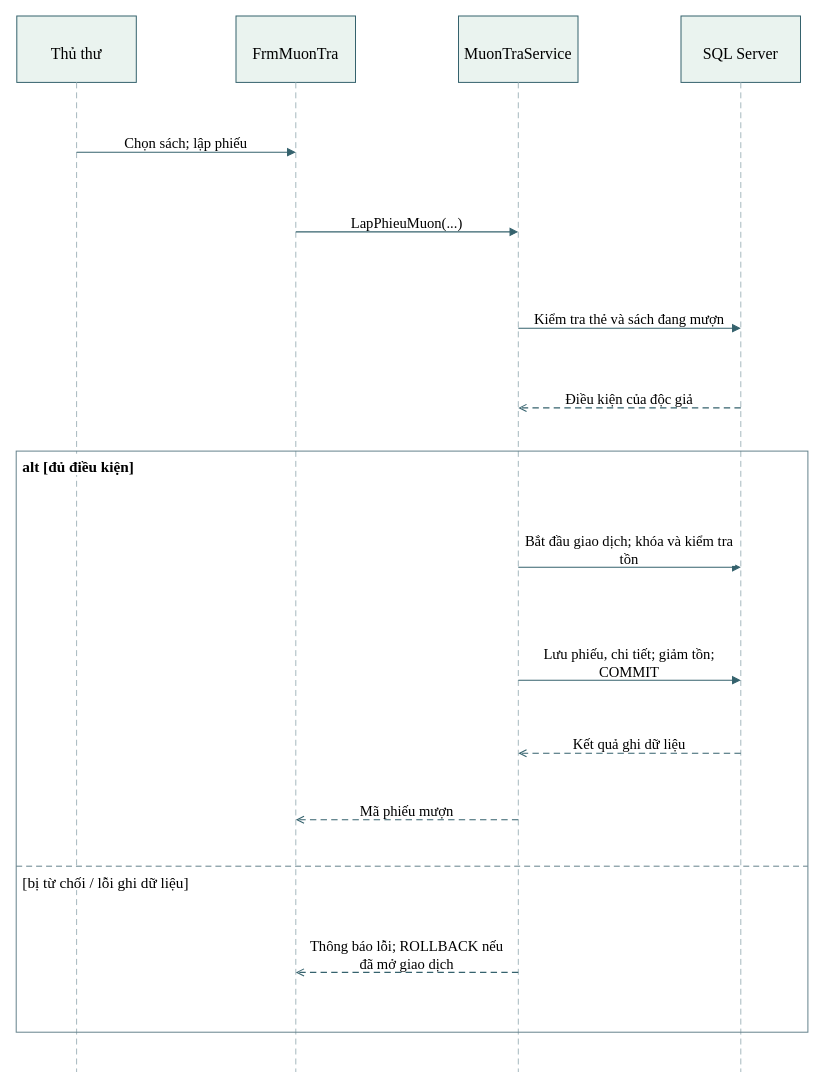
kanishere55/LAB_AT_OOSD keeps this draw.io diagram as LAB2/UML/10_SequenceLapPhieuMuon.drawio. Above is the earlier version. Source tidied: cells renumbered, new cells numbered last; positions are measured from the earlier drawing's top-left corner, leaving out a move shared by most shapes. Both pictures are drawn from the tidied source at 100%, with x=0, y=0 at pixel (16, 16).
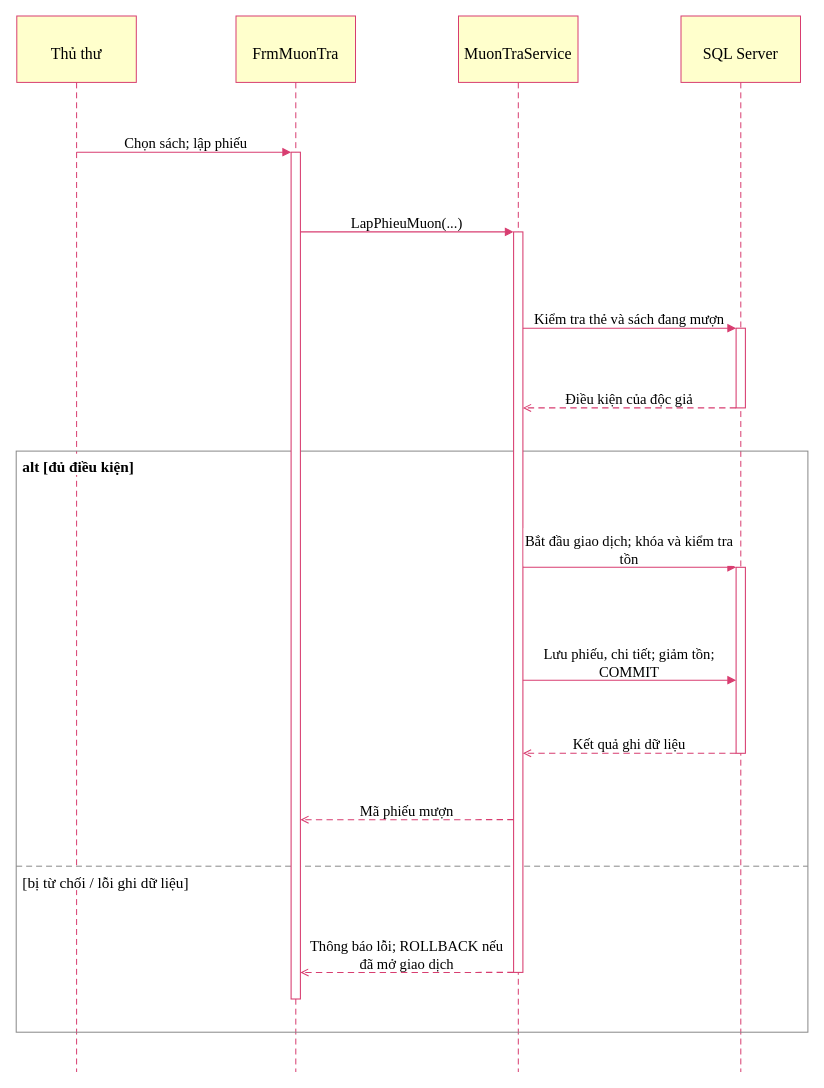
After the change.

Unchanged cells that the change refers to:
```xml
<mxCell id="2" style="group;html=0;" parent="1" vertex="1">
  <mxGeometry x="0.3" y="-0.5" width="119.5" height="66.4" as="geometry" />
</mxCell>
<mxCell id="6" style="group;html=0;" parent="1" vertex="1">
  <mxGeometry x="219.5" y="-0.5" width="119.5" height="66.4" as="geometry" />
</mxCell>
<mxCell id="10" style="group;html=0;" parent="1" vertex="1">
  <mxGeometry x="442" y="-0.5" width="119.5" height="66.4" as="geometry" />
</mxCell>
<mxCell id="14" style="group;html=0;" parent="1" vertex="1">
  <mxGeometry x="664.5" y="-0.5" width="119.5" height="66.4" as="geometry" />
</mxCell>
```

What changed in the source:
```diff
@@
-    <mxCell id="3" style="rounded=0;arcSize=12;html=0;fillColor=#eaf3ef;strokeColor=#35626d;strokeWidth=0.996;" parent="2" vertex="1">
+    <mxCell id="3" style="rounded=0;arcSize=12;html=0;fillColor=#ffffcc;strokeColor=#d83d70;strokeWidth=0.996;" parent="2" vertex="1">
       <mxGeometry width="119.5" height="66.4" as="geometry" />
     </mxCell>
@@
-    <mxCell id="5" style="edgeStyle=none;noEdgeStyle=1;rounded=0;strokeColor=#a6b8be;strokeWidth=0.996;endArrow=none;startArrow=none;dashed=1;dashPattern=6 4;" parent="1" edge="1">
+    <mxCell id="5" style="edgeStyle=none;noEdgeStyle=1;rounded=0;strokeColor=#d83d70;strokeWidth=0.996;endArrow=none;startArrow=none;dashed=1;dashPattern=6 4;" parent="1" edge="1">
       <mxGeometry relative="1" as="geometry">
         <mxPoint x="60.1" y="65.9" as="sourcePoint" />
         <mxPoint x="60.1" y="1055.5" as="targetPoint" />
       </mxGeometry>
     </mxCell>
@@
-    <mxCell id="7" style="rounded=0;arcSize=12;html=0;fillColor=#eaf3ef;strokeColor=#35626d;strokeWidth=0.996;" parent="6" vertex="1">
+    <mxCell id="7" style="rounded=0;arcSize=12;html=0;fillColor=#ffffcc;strokeColor=#d83d70;strokeWidth=0.996;" parent="6" vertex="1">
       <mxGeometry width="119.5" height="66.4" as="geometry" />
     </mxCell>
@@
-    <mxCell id="9" style="edgeStyle=none;noEdgeStyle=1;rounded=0;strokeColor=#a6b8be;strokeWidth=0.996;endArrow=none;startArrow=none;dashed=1;dashPattern=6 4;" parent="1" edge="1">
+    <mxCell id="9" style="edgeStyle=none;noEdgeStyle=1;rounded=0;strokeColor=#d83d70;strokeWidth=0.996;endArrow=none;startArrow=none;dashed=1;dashPattern=6 4;" parent="1" edge="1">
       <mxGeometry relative="1" as="geometry">
         <mxPoint x="279.3" y="65.9" as="sourcePoint" />
         <mxPoint x="279.3" y="1055.5" as="targetPoint" />
       </mxGeometry>
     </mxCell>
@@
-    <mxCell id="11" style="rounded=0;arcSize=12;html=0;fillColor=#eaf3ef;strokeColor=#35626d;strokeWidth=0.996;" parent="10" vertex="1">
+    <mxCell id="11" style="rounded=0;arcSize=12;html=0;fillColor=#ffffcc;strokeColor=#d83d70;strokeWidth=0.996;" parent="10" vertex="1">
       <mxGeometry width="119.5" height="66.4" as="geometry" />
     </mxCell>
@@
-    <mxCell id="13" style="edgeStyle=none;noEdgeStyle=1;rounded=0;strokeColor=#a6b8be;strokeWidth=0.996;endArrow=none;startArrow=none;dashed=1;dashPattern=6 4;" parent="1" edge="1">
+    <mxCell id="13" style="edgeStyle=none;noEdgeStyle=1;rounded=0;strokeColor=#d83d70;strokeWidth=0.996;endArrow=none;startArrow=none;dashed=1;dashPattern=6 4;" parent="1" edge="1">
       <mxGeometry relative="1" as="geometry">
         <mxPoint x="501.8" y="65.9" as="sourcePoint" />
         <mxPoint x="501.8" y="1055.5" as="targetPoint" />
       </mxGeometry>
     </mxCell>
@@
-    <mxCell id="15" style="rounded=0;arcSize=12;html=0;fillColor=#eaf3ef;strokeColor=#35626d;strokeWidth=0.996;" parent="14" vertex="1">
+    <mxCell id="15" style="rounded=0;arcSize=12;html=0;fillColor=#ffffcc;strokeColor=#d83d70;strokeWidth=0.996;" parent="14" vertex="1">
       <mxGeometry width="119.5" height="66.4" as="geometry" />
     </mxCell>
@@
-    <mxCell id="17" style="edgeStyle=none;noEdgeStyle=1;rounded=0;strokeColor=#a6b8be;strokeWidth=0.996;endArrow=none;startArrow=none;dashed=1;dashPattern=6 4;" parent="1" edge="1">
+    <mxCell id="17" style="edgeStyle=none;noEdgeStyle=1;rounded=0;strokeColor=#d83d70;strokeWidth=0.996;endArrow=none;startArrow=none;dashed=1;dashPattern=6 4;" parent="1" edge="1">
       <mxGeometry relative="1" as="geometry">
         <mxPoint x="724.3" y="65.9" as="sourcePoint" />
         <mxPoint x="724.3" y="1055.5" as="targetPoint" />
       </mxGeometry>
     </mxCell>
-    <mxCell id="18" style="rounded=0;arcSize=12;html=0;fillColor=none;strokeColor=#65828c;strokeWidth=0.996;" parent="1" vertex="1">
+    <mxCell id="18" style="rounded=0;arcSize=12;html=0;fillColor=none;strokeColor=#888888;strokeWidth=0.996;" parent="1" vertex="1">
       <mxGeometry x="-0.3" y="434.6" width="791.7" height="581.1" as="geometry" />
     </mxCell>
-    <mxCell id="19" style="edgeStyle=none;noEdgeStyle=1;rounded=0;strokeColor=#65828c;strokeWidth=0.996;endArrow=none;startArrow=none;dashed=1;dashPattern=6 4;" parent="1" edge="1">
+    <mxCell id="19" style="edgeStyle=none;noEdgeStyle=1;rounded=0;strokeColor=#888888;strokeWidth=0.996;endArrow=none;startArrow=none;dashed=1;dashPattern=6 4;" parent="1" edge="1">
       <mxGeometry relative="1" as="geometry">
         <mxPoint x="-0.3" y="849.7" as="sourcePoint" />
         <mxPoint x="791.3" y="849.7" as="targetPoint" />
       </mxGeometry>
     </mxCell>
@@
+    <mxCell id="40" style="rounded=0;html=0;fillColor=#ffffff;strokeColor=#d83d70;strokeWidth=1.063;" parent="1" vertex="1">
+      <mxGeometry x="274.6" y="135.7" width="9.3" height="846.8" as="geometry" />
+    </mxCell>
+    <mxCell id="41" style="rounded=0;html=0;fillColor=#ffffff;strokeColor=#d83d70;strokeWidth=1.063;" parent="1" vertex="1">
+      <mxGeometry x="497.1" y="215.4" width="9.3" height="740.5" as="geometry" />
+    </mxCell>
+    <mxCell id="42" style="rounded=0;html=0;fillColor=#ffffff;strokeColor=#d83d70;strokeWidth=1.063;" parent="1" vertex="1">
+      <mxGeometry x="719.6" y="311.7" width="9.3" height="79.7" as="geometry" />
+    </mxCell>
+    <mxCell id="43" style="rounded=0;html=0;fillColor=#ffffff;strokeColor=#d83d70;strokeWidth=1.063;" parent="1" vertex="1">
+      <mxGeometry x="719.6" y="550.8" width="9.3" height="186" as="geometry" />
+    </mxCell>
-    <mxCell id="22" style="edgeStyle=none;noEdgeStyle=1;rounded=0;jumpStyle=arc;jumpSize=6;strokeColor=#35626d;strokeWidth=1.063;endArrow=block;endFill=1;startArrow=none;startFill=1;" parent="1" edge="1">
+    <mxCell id="22" style="edgeStyle=none;noEdgeStyle=1;rounded=0;jumpStyle=arc;jumpSize=6;strokeColor=#d83d70;strokeWidth=1.063;endArrow=block;endFill=1;startArrow=none;startFill=1;entryX=0;entryY=-0.000000317;entryPerimeter=0;" parent="1" edge="1" target="40">
       <mxGeometry relative="1" as="geometry">
         <mxPoint x="60.1" y="135.7" as="sourcePoint" />
-        <mxPoint x="279.3" y="135.7" as="targetPoint" />
       </mxGeometry>
     </mxCell>
@@
-    <mxCell id="24" style="edgeStyle=none;noEdgeStyle=1;rounded=0;jumpStyle=arc;jumpSize=6;strokeColor=#35626d;strokeWidth=1.063;endArrow=block;endFill=1;startArrow=none;startFill=1;" parent="1" edge="1">
-      <mxGeometry relative="1" as="geometry">
-        <mxPoint x="279.3" y="215.4" as="sourcePoint" />
-        <mxPoint x="501.8" y="215.4" as="targetPoint" />
-      </mxGeometry>
+    <mxCell id="24" style="edgeStyle=none;noEdgeStyle=1;rounded=0;jumpStyle=arc;jumpSize=6;strokeColor=#d83d70;strokeWidth=1.063;endArrow=block;endFill=1;startArrow=none;startFill=1;exitX=1;exitY=0.094117259;exitPerimeter=0;entryX=0;entryY=-0.000000443;entryPerimeter=0;" parent="1" edge="1" source="40" target="41">
+      <mxGeometry relative="1" as="geometry" />
     </mxCell>
@@
-    <mxCell id="26" style="edgeStyle=none;noEdgeStyle=1;rounded=0;jumpStyle=arc;jumpSize=6;strokeColor=#35626d;strokeWidth=1.063;endArrow=block;endFill=1;startArrow=none;startFill=1;" parent="1" edge="1">
-      <mxGeometry relative="1" as="geometry">
-        <mxPoint x="501.8" y="311.7" as="sourcePoint" />
-        <mxPoint x="724.3" y="311.7" as="targetPoint" />
-      </mxGeometry>
+    <mxCell id="26" style="edgeStyle=none;noEdgeStyle=1;rounded=0;jumpStyle=arc;jumpSize=6;strokeColor=#d83d70;strokeWidth=1.063;endArrow=block;endFill=1;startArrow=none;startFill=1;exitX=1;exitY=0.130044077;exitPerimeter=0;entryX=0;entryY=-0.000007116;entryPerimeter=0;" parent="1" edge="1" source="41" target="42">
+      <mxGeometry relative="1" as="geometry" />
     </mxCell>
@@
-    <mxCell id="28" style="edgeStyle=none;noEdgeStyle=1;rounded=0;jumpStyle=arc;jumpSize=6;strokeColor=#35626d;strokeWidth=1.063;endArrow=open;endFill=0;startArrow=none;startFill=1;dashed=1;dashPattern=6 4;" parent="1" edge="1">
-      <mxGeometry relative="1" as="geometry">
-        <mxPoint x="724.3" y="391.4" as="sourcePoint" />
-        <mxPoint x="501.8" y="391.4" as="targetPoint" />
-      </mxGeometry>
+    <mxCell id="28" style="edgeStyle=none;noEdgeStyle=1;rounded=0;jumpStyle=arc;jumpSize=6;strokeColor=#d83d70;strokeWidth=1.063;endArrow=open;endFill=0;startArrow=none;startFill=1;dashed=1;dashPattern=6 4;exitX=0;exitY=0.999992135;exitPerimeter=0;entryX=1;entryY=0.237667315;entryPerimeter=0;" parent="1" edge="1" source="42" target="41">
+      <mxGeometry relative="1" as="geometry" />
     </mxCell>
@@
-    <mxCell id="30" style="edgeStyle=none;noEdgeStyle=1;rounded=0;jumpStyle=arc;jumpSize=6;strokeColor=#35626d;strokeWidth=1.063;endArrow=block;endFill=1;startArrow=none;startFill=1;" parent="1" edge="1">
-      <mxGeometry relative="1" as="geometry">
-        <mxPoint x="501.8" y="550.8" as="sourcePoint" />
-        <mxPoint x="724.3" y="550.8" as="targetPoint" />
-      </mxGeometry>
+    <mxCell id="30" style="edgeStyle=none;noEdgeStyle=1;rounded=0;jumpStyle=arc;jumpSize=6;strokeColor=#d83d70;strokeWidth=1.063;endArrow=block;endFill=1;startArrow=none;startFill=1;exitX=1;exitY=0.452913790;exitPerimeter=0;entryX=0;entryY=-0.000004013;entryPerimeter=0;" parent="1" edge="1" source="41" target="43">
+      <mxGeometry relative="1" as="geometry" />
     </mxCell>
@@
-    <mxCell id="32" style="edgeStyle=none;noEdgeStyle=1;rounded=0;jumpStyle=arc;jumpSize=6;strokeColor=#35626d;strokeWidth=1.063;endArrow=block;endFill=1;startArrow=none;startFill=1;" parent="1" edge="1">
-      <mxGeometry relative="1" as="geometry">
-        <mxPoint x="501.8" y="663.7" as="sourcePoint" />
-        <mxPoint x="724.3" y="663.7" as="targetPoint" />
-      </mxGeometry>
+    <mxCell id="32" style="edgeStyle=none;noEdgeStyle=1;rounded=0;jumpStyle=arc;jumpSize=6;strokeColor=#d83d70;strokeWidth=1.063;endArrow=block;endFill=1;startArrow=none;startFill=1;exitX=1;exitY=0.605380944;exitPerimeter=0;entryX=0;entryY=0.607141974;entryPerimeter=0;" parent="1" edge="1" source="41" target="43">
+      <mxGeometry relative="1" as="geometry" />
     </mxCell>
@@
-    <mxCell id="34" style="edgeStyle=none;noEdgeStyle=1;rounded=0;jumpStyle=arc;jumpSize=6;strokeColor=#35626d;strokeWidth=1.063;endArrow=open;endFill=0;startArrow=none;startFill=1;dashed=1;dashPattern=6 4;" parent="1" edge="1">
-      <mxGeometry relative="1" as="geometry">
-        <mxPoint x="724.3" y="736.8" as="sourcePoint" />
-        <mxPoint x="501.8" y="736.8" as="targetPoint" />
-      </mxGeometry>
+    <mxCell id="34" style="edgeStyle=none;noEdgeStyle=1;rounded=0;jumpStyle=arc;jumpSize=6;strokeColor=#d83d70;strokeWidth=1.063;endArrow=open;endFill=0;startArrow=none;startFill=1;dashed=1;dashPattern=6 4;exitX=0;exitY=0.999997030;exitPerimeter=0;entryX=1;entryY=0.704035129;entryPerimeter=0;" parent="1" edge="1" source="43" target="41">
+      <mxGeometry relative="1" as="geometry" />
     </mxCell>
@@
-    <mxCell id="36" style="edgeStyle=none;noEdgeStyle=1;rounded=0;jumpStyle=arc;jumpSize=6;strokeColor=#35626d;strokeWidth=1.063;endArrow=open;endFill=0;startArrow=none;startFill=1;dashed=1;dashPattern=6 4;" parent="1" edge="1">
-      <mxGeometry relative="1" as="geometry">
-        <mxPoint x="501.8" y="803.2" as="sourcePoint" />
-        <mxPoint x="279.3" y="803.2" as="targetPoint" />
-      </mxGeometry>
+    <mxCell id="36" style="edgeStyle=none;noEdgeStyle=1;rounded=0;jumpStyle=arc;jumpSize=6;strokeColor=#d83d70;strokeWidth=1.063;endArrow=open;endFill=0;startArrow=none;startFill=1;dashed=1;dashPattern=6 4;exitX=0;exitY=0.793721610;exitPerimeter=0;entryX=1;entryY=0.788234977;entryPerimeter=0;" parent="1" edge="1" source="41" target="40">
+      <mxGeometry relative="1" as="geometry" />
     </mxCell>
@@
-    <mxCell id="38" style="edgeStyle=none;noEdgeStyle=1;rounded=0;jumpStyle=arc;jumpSize=6;strokeColor=#35626d;strokeWidth=1.063;endArrow=open;endFill=0;startArrow=none;startFill=1;dashed=1;dashPattern=6 4;" parent="1" edge="1">
-      <mxGeometry relative="1" as="geometry">
-        <mxPoint x="501.8" y="955.9" as="sourcePoint" />
-        <mxPoint x="279.3" y="955.9" as="targetPoint" />
-      </mxGeometry>
+    <mxCell id="38" style="edgeStyle=none;noEdgeStyle=1;rounded=0;jumpStyle=arc;jumpSize=6;strokeColor=#d83d70;strokeWidth=1.063;endArrow=open;endFill=0;startArrow=none;startFill=1;dashed=1;dashPattern=6 4;exitX=0;exitY=0.999999033;exitPerimeter=0;entryX=1;entryY=0.968626605;entryPerimeter=0;" parent="1" edge="1" source="41" target="40">
+      <mxGeometry relative="1" as="geometry" />
     </mxCell>
```
